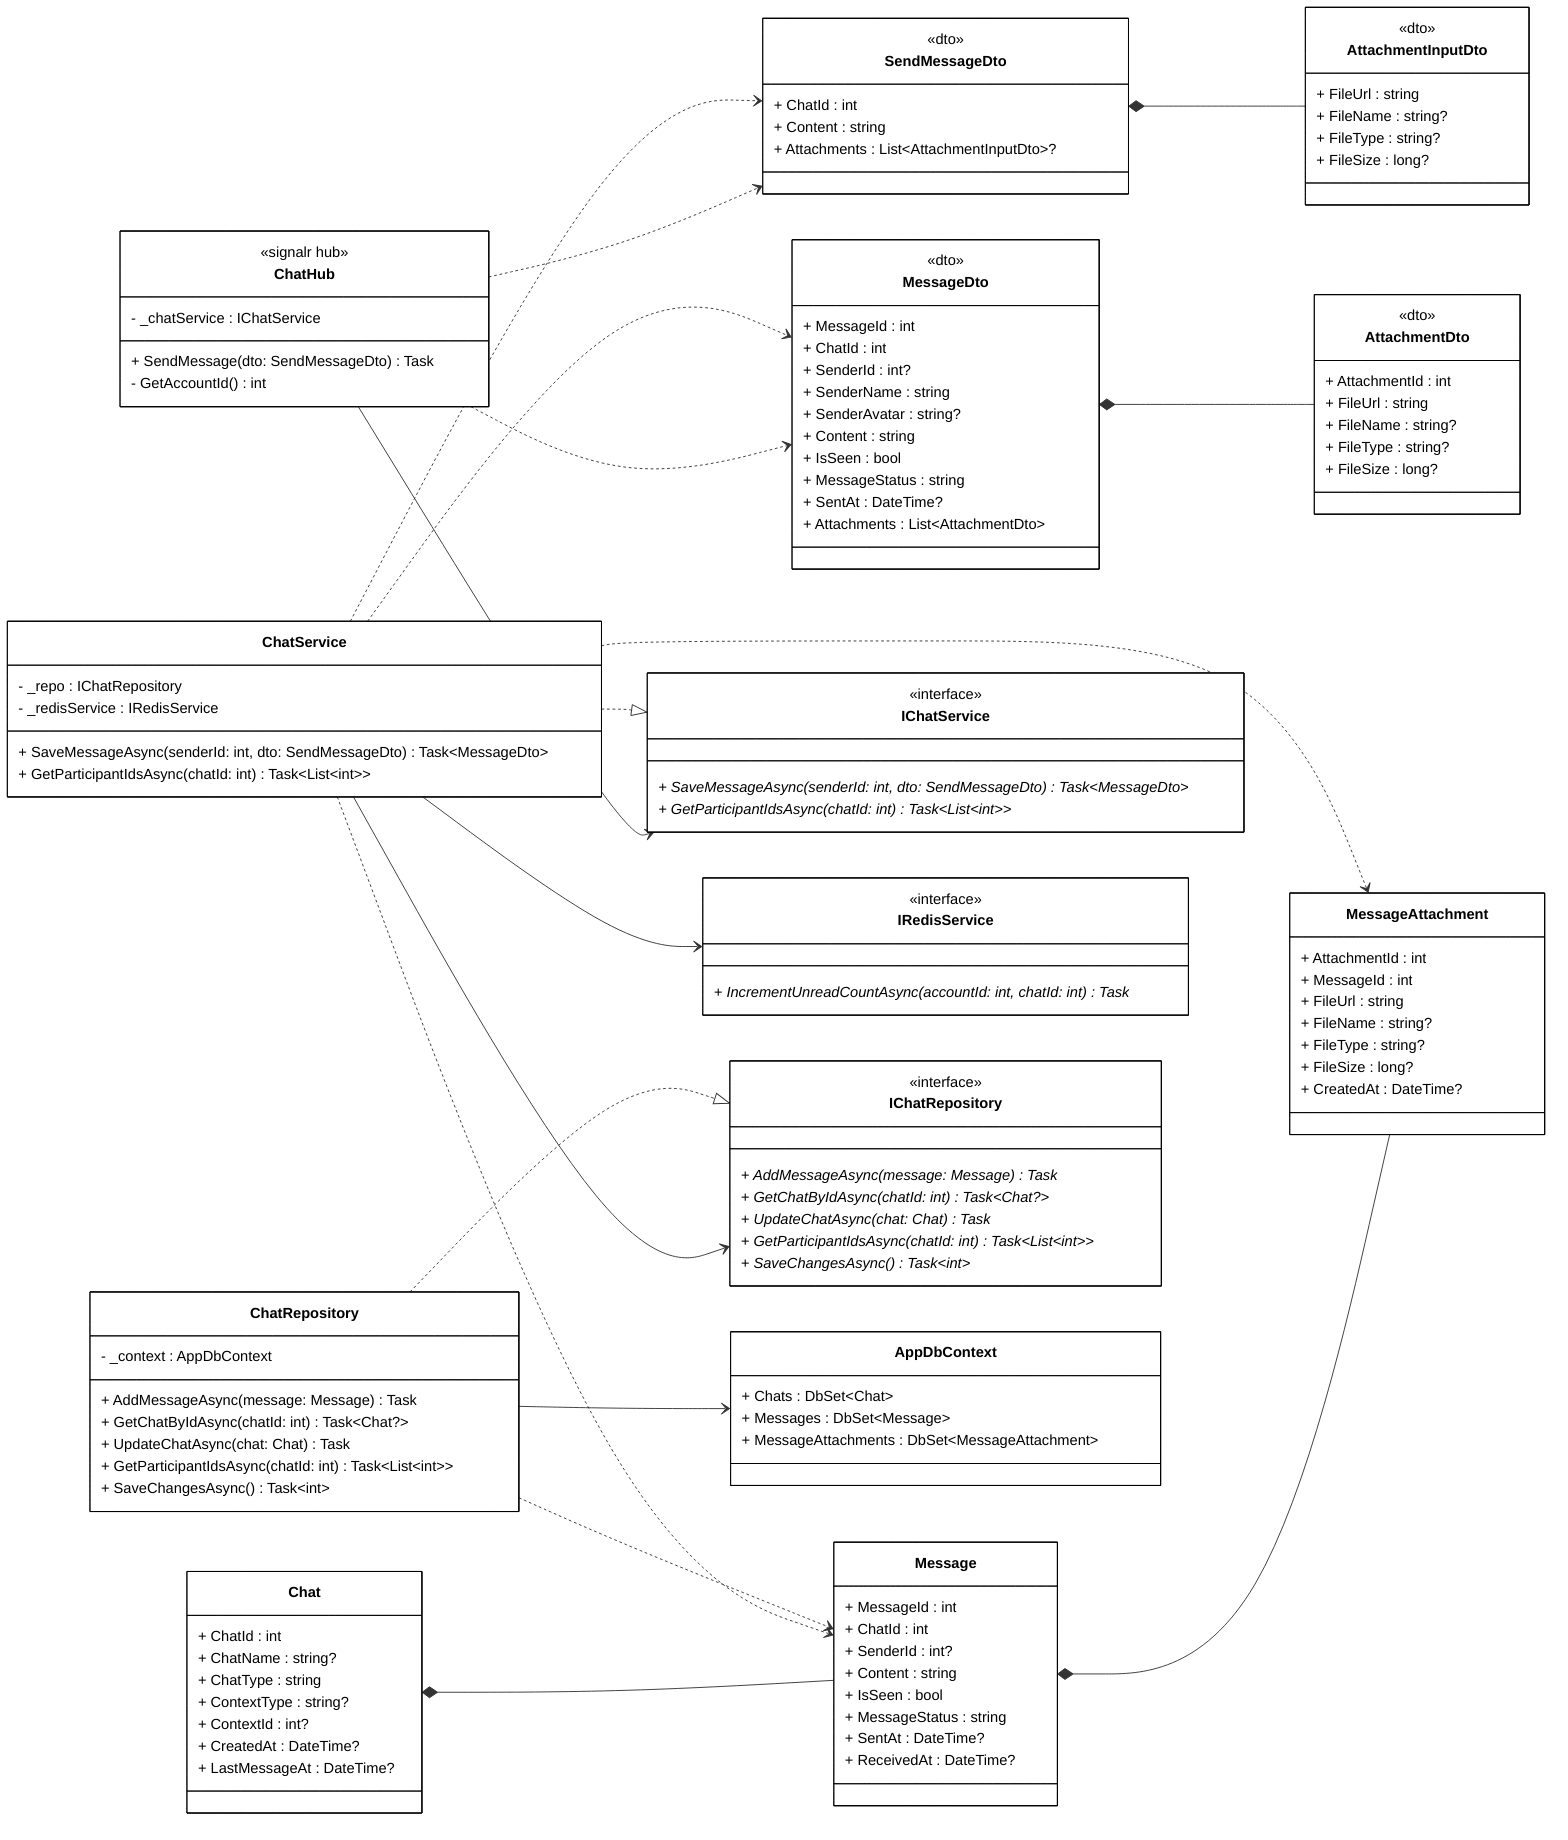
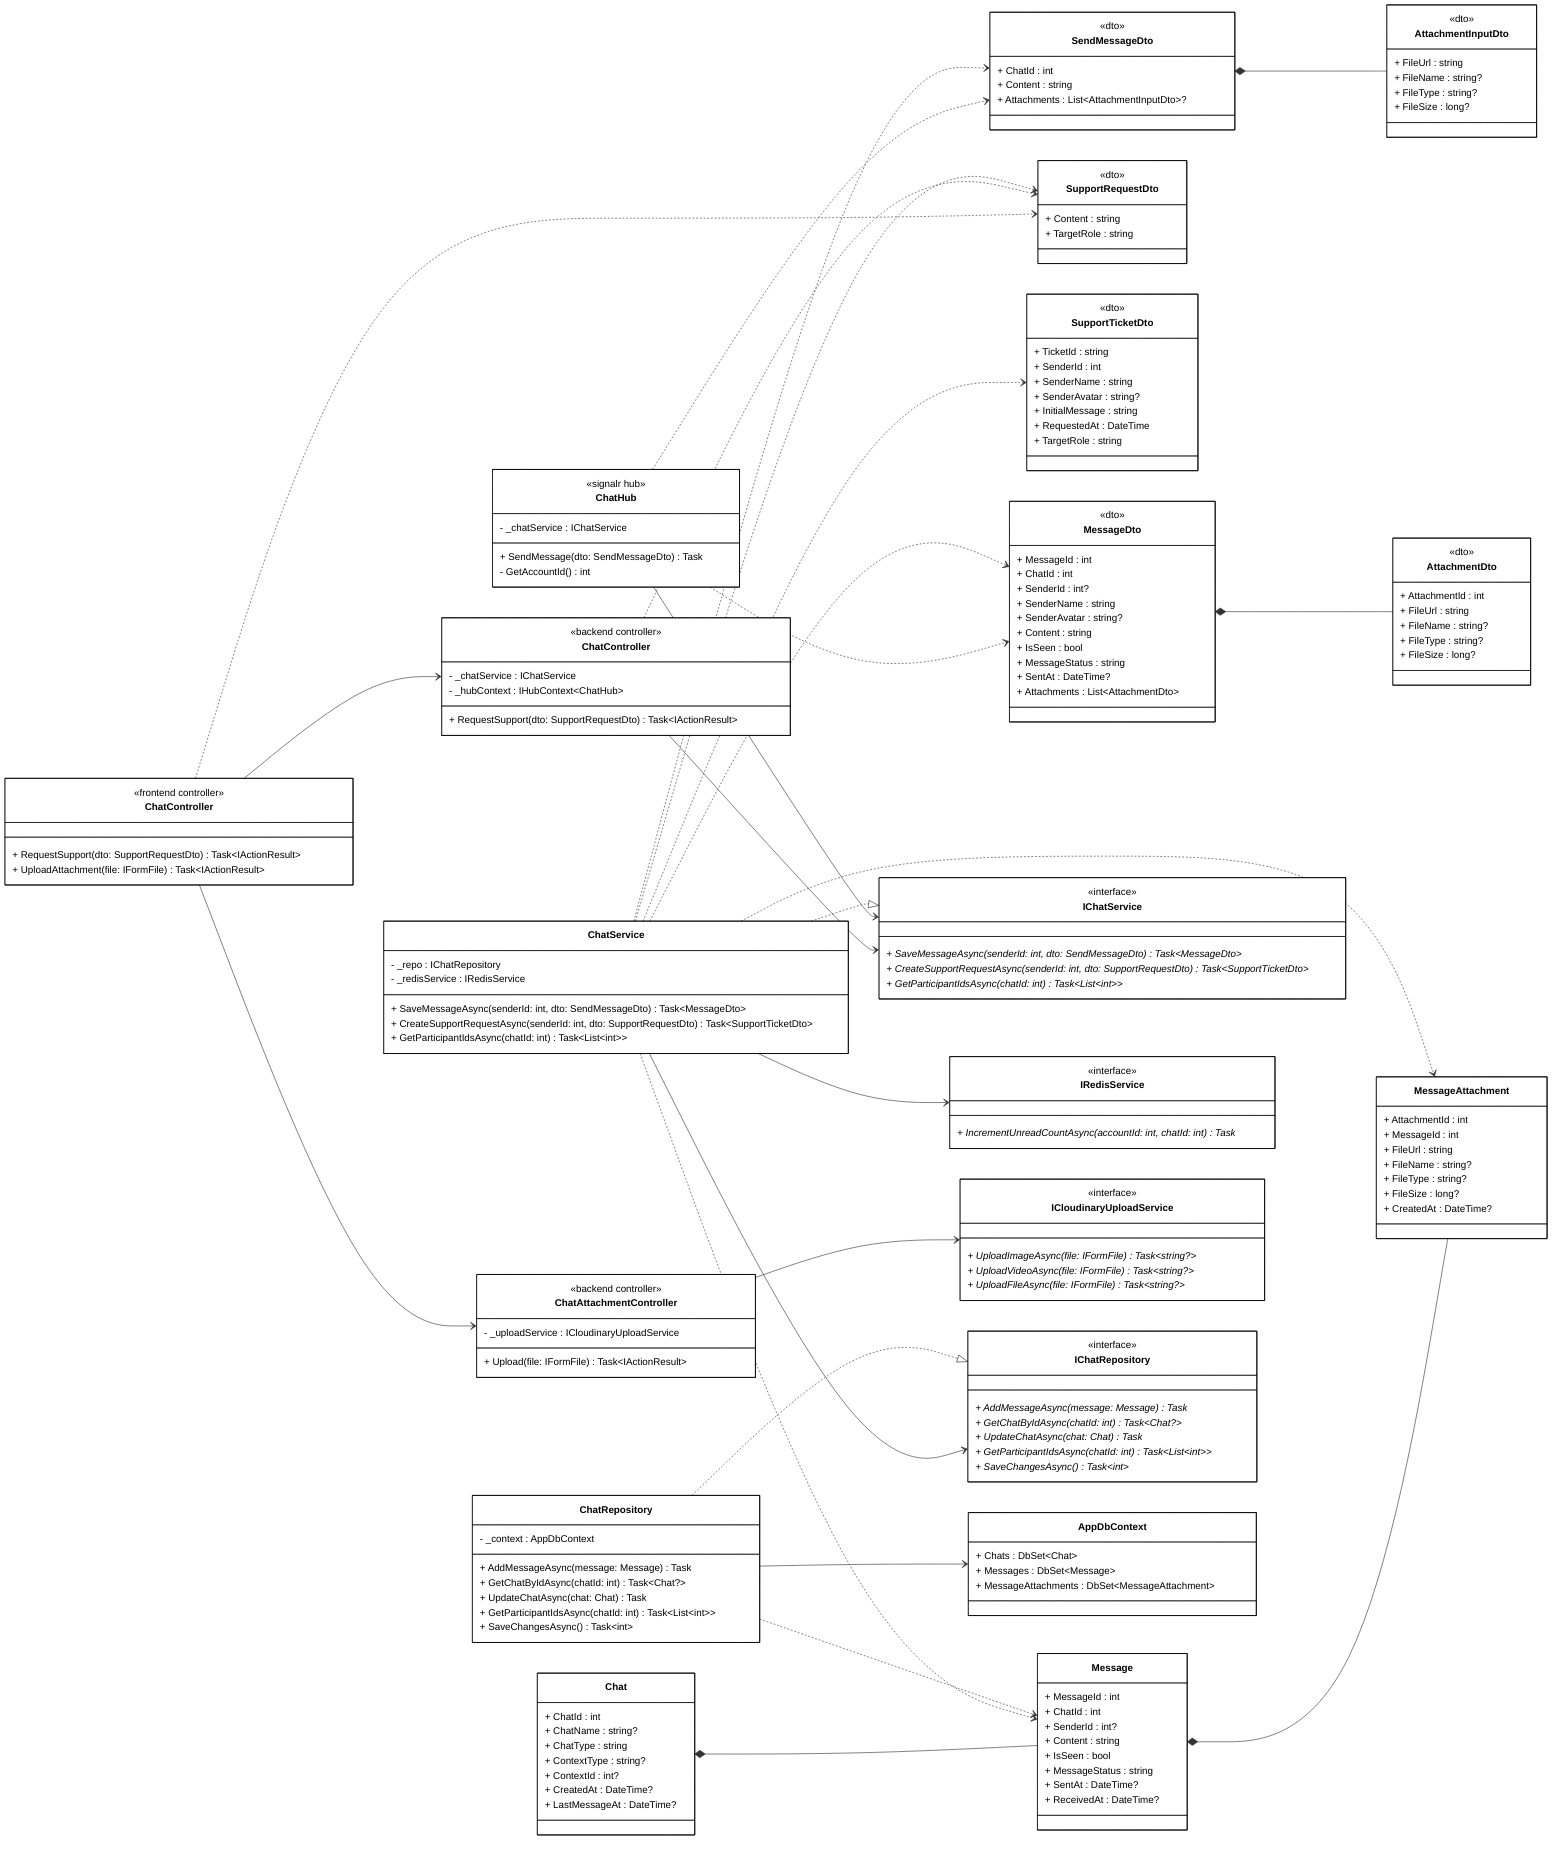
classDiagram
direction LR

- %% ==================== BACKEND - SIGNALR HUB ====================
+ %% ==================== FRONTEND ====================
+ 
+ class ChatControllerFE["ChatController"] {
+     <<frontend controller>>
+     + RequestSupport(dto: SupportRequestDto) Task~IActionResult~
+     + UploadAttachment(file: IFormFile) Task~IActionResult~
+ }
+ 
+ %% ==================== BACKEND - HUB & CONTROLLERS ====================

class ChatHub {
    <<signalr hub>>
    - _chatService : IChatService
    + SendMessage(dto: SendMessageDto) Task
    - GetAccountId() int
}

+ class ChatControllerBE["ChatController"] {
+     <<backend controller>>
+     - _chatService : IChatService
+     - _hubContext : IHubContext~ChatHub~
+     + RequestSupport(dto: SupportRequestDto) Task~IActionResult~
+ }
+ 
+ class ChatAttachmentController {
+     <<backend controller>>
+     - _uploadService : ICloudinaryUploadService
+     + Upload(file: IFormFile) Task~IActionResult~
+ }
+ 
%% ==================== BACKEND - DTOs ====================

class SendMessageDto {
    <<dto>>
    + ChatId : int
    + Content : string
    + Attachments : List~AttachmentInputDto~?
}

class AttachmentInputDto {
    <<dto>>
    + FileUrl : string
    + FileName : string?
    + FileType : string?
    + FileSize : long?
+ }
+ 
+ class SupportRequestDto {
+     <<dto>>
+     + Content : string
+     + TargetRole : string
+ }
+ 
+ class SupportTicketDto {
+     <<dto>>
+     + TicketId : string
+     + SenderId : int
+     + SenderName : string
+     + SenderAvatar : string?
+     + InitialMessage : string
+     + RequestedAt : DateTime
+     + TargetRole : string
}

class MessageDto {
    <<dto>>
    + MessageId : int
    + ChatId : int
    + SenderId : int?
    + SenderName : string
    + SenderAvatar : string?
    + Content : string
    + IsSeen : bool
    + MessageStatus : string
    + SentAt : DateTime?
    + Attachments : List~AttachmentDto~
}

class AttachmentDto {
    <<dto>>
    + AttachmentId : int
    + FileUrl : string
    + FileName : string?
    + FileType : string?
    + FileSize : long?
}

%% ==================== BACKEND - DOMAIN ENTITIES ====================

class Chat {
    + ChatId : int
    + ChatName : string?
    + ChatType : string
    + ContextType : string?
    + ContextId : int?
    + CreatedAt : DateTime?
    + LastMessageAt : DateTime?
}

class Message {
    + MessageId : int
    + ChatId : int
    + SenderId : int?
    + Content : string
    + IsSeen : bool
    + MessageStatus : string
    + SentAt : DateTime?
    + ReceivedAt : DateTime?
}

class MessageAttachment {
    + AttachmentId : int
    + MessageId : int
    + FileUrl : string
    + FileName : string?
    + FileType : string?
    + FileSize : long?
    + CreatedAt : DateTime?
}

%% ==================== BACKEND - SERVICE INTERFACES ====================

class IChatService {
    <<interface>>
    + SaveMessageAsync(senderId: int, dto: SendMessageDto) Task~MessageDto~ *
+     + CreateSupportRequestAsync(senderId: int, dto: SupportRequestDto) Task~SupportTicketDto~ *
    + GetParticipantIdsAsync(chatId: int) Task~List~int~~ *
}

class IRedisService {
    <<interface>>
    + IncrementUnreadCountAsync(accountId: int, chatId: int) Task *
+ }
+ 
+ class ICloudinaryUploadService {
+     <<interface>>
+     + UploadImageAsync(file: IFormFile) Task~string?~ *
+     + UploadVideoAsync(file: IFormFile) Task~string?~ *
+     + UploadFileAsync(file: IFormFile) Task~string?~ *
}

%% ==================== BACKEND - REPOSITORY INTERFACES ====================

class IChatRepository {
    <<interface>>
    + AddMessageAsync(message: Message) Task *
    + GetChatByIdAsync(chatId: int) Task~Chat?~ *
    + UpdateChatAsync(chat: Chat) Task *
    + GetParticipantIdsAsync(chatId: int) Task~List~int~~ *
    + SaveChangesAsync() Task~int~ *
}

%% ==================== BACKEND - SERVICE IMPLEMENTATION ====================

class ChatService {
    - _repo : IChatRepository
    - _redisService : IRedisService
    + SaveMessageAsync(senderId: int, dto: SendMessageDto) Task~MessageDto~
+     + CreateSupportRequestAsync(senderId: int, dto: SupportRequestDto) Task~SupportTicketDto~
    + GetParticipantIdsAsync(chatId: int) Task~List~int~~
}

%% ==================== BACKEND - REPOSITORY IMPLEMENTATION ====================

class ChatRepository {
    - _context : AppDbContext
    + AddMessageAsync(message: Message) Task
    + GetChatByIdAsync(chatId: int) Task~Chat?~
    + UpdateChatAsync(chat: Chat) Task
    + GetParticipantIdsAsync(chatId: int) Task~List~int~~
    + SaveChangesAsync() Task~int~
}

%% ==================== BACKEND - DbContext ====================

class AppDbContext {
    + Chats : DbSet~Chat~
    + Messages : DbSet~Message~
    + MessageAttachments : DbSet~MessageAttachment~
}

%% ==================== RELATIONSHIPS ====================

%% === COMPOSITION (filled diamond) ===
Chat *-- Message
Message *-- MessageAttachment
SendMessageDto *-- AttachmentInputDto
MessageDto *-- AttachmentDto

%% === UNIDIRECTIONAL ASSOCIATION (solid arrow) ===
+ ChatControllerFE --> ChatControllerBE
+ ChatControllerFE --> ChatAttachmentController
+ ChatControllerBE --> IChatService
+ ChatAttachmentController --> ICloudinaryUploadService
ChatHub --> IChatService
ChatService --> IChatRepository
ChatService --> IRedisService
ChatRepository --> AppDbContext

%% === INTERFACE REALIZATION ===
ChatService ..|> IChatService
ChatRepository ..|> IChatRepository

%% === DEPENDENCY (dashed arrows) ===
+ ChatControllerFE ..> SupportRequestDto
+ ChatControllerBE ..> SupportRequestDto
ChatHub ..> SendMessageDto
ChatHub ..> MessageDto
ChatService ..> SendMessageDto
ChatService ..> MessageDto
ChatService ..> Message
ChatService ..> MessageAttachment
+ ChatService ..> SupportRequestDto
+ ChatService ..> SupportTicketDto
ChatRepository ..> Message

%% ==================== STYLES ====================

classDef default fill:#FFFFFF,stroke:#000000,stroke-width:1px,color:#000000
